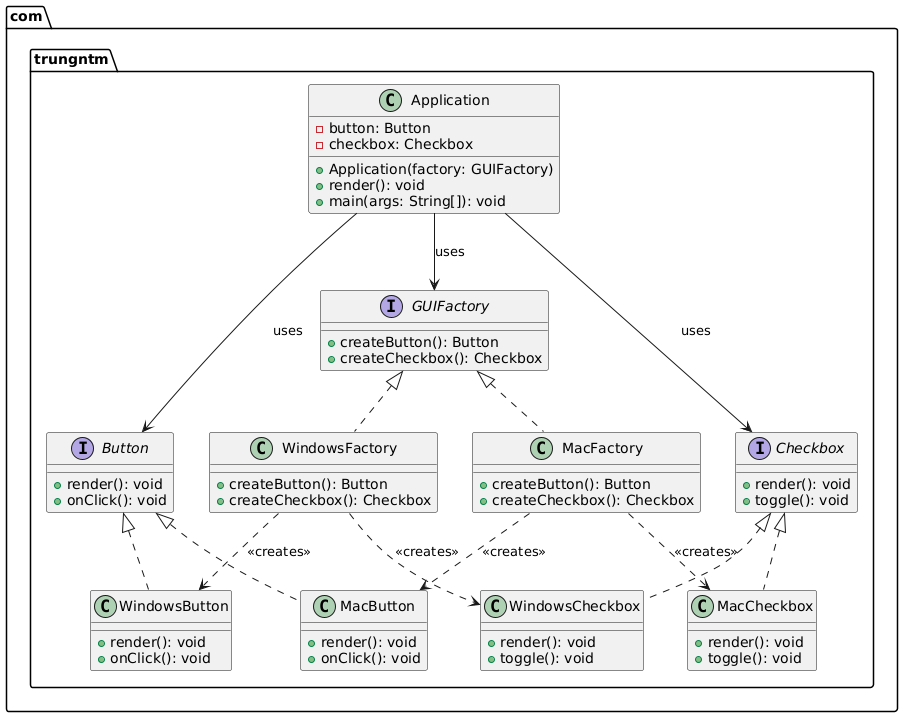
The PlantUML diagram abstract-factory/src/main/resources/abstract-factory.png in trungntm/design-patterns-in-java, before a commit. Its diagram source:
```plantuml
@startuml
package com.trungntm {

    interface GUIFactory {
        +createButton(): Button
        +createCheckbox(): Checkbox
    }

    interface Button {
        +render(): void
        +onClick(): void
    }

    interface Checkbox {
        +render(): void
        +toggle(): void
    }

    class WindowsFactory {
        +createButton(): Button
        +createCheckbox(): Checkbox
    }

    class MacFactory {
        +createButton(): Button
        +createCheckbox(): Checkbox
    }

    class WindowsButton {
        +render(): void
        +onClick(): void
    }

    class WindowsCheckbox {
        +render(): void
        +toggle(): void
    }

    class MacButton {
        +render(): void
        +onClick(): void
    }

    class MacCheckbox {
        +render(): void
        +toggle(): void
    }

    class Application {
        -button: Button
        -checkbox: Checkbox
        +Application(factory: GUIFactory)
        +render(): void
        +main(args: String[]): void
    }

    GUIFactory <|.. WindowsFactory
    GUIFactory <|.. MacFactory
    Button <|.. WindowsButton
    Button <|.. MacButton
    Checkbox <|.. WindowsCheckbox
    Checkbox <|.. MacCheckbox

    WindowsFactory ..> WindowsButton : <<creates>>
    WindowsFactory ..> WindowsCheckbox : <<creates>>
    MacFactory ..> MacButton : <<creates>>
    MacFactory ..> MacCheckbox : <<creates>>

    Application --> GUIFactory : uses
    Application --> Button : uses
    Application --> Checkbox : uses

}
@enduml
```
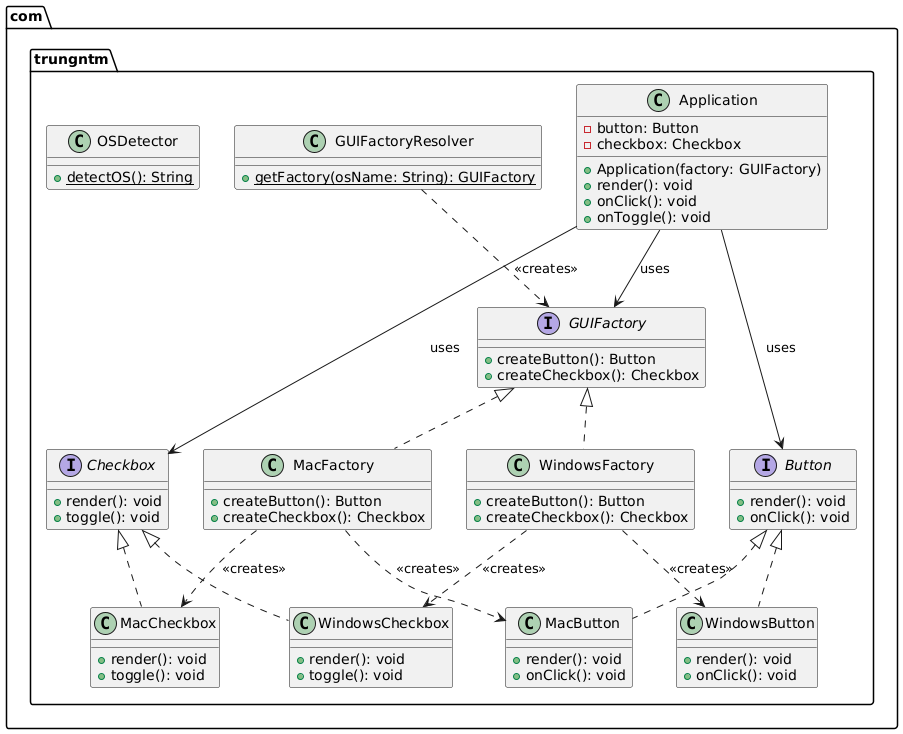
The same file after the commit.

Commit message:
feat: update abstract factory pattern code and docs

The edit, as a diff of the source:
```diff
@@ -51,7 +51,16 @@
         -checkbox: Checkbox
         +Application(factory: GUIFactory)
         +render(): void
-        +main(args: String[]): void
+        +onClick(): void
+        +onToggle(): void
+    }
+
+    class GUIFactoryResolver {
+        +{static} getFactory(osName: String): GUIFactory
+    }
+
+    class OSDetector {
+        +{static} detectOS(): String
     }
 
     GUIFactory <|.. WindowsFactory
@@ -69,6 +78,7 @@
     Application --> GUIFactory : uses
     Application --> Button : uses
     Application --> Checkbox : uses
+    GUIFactoryResolver ..> GUIFactory : <<creates>>
 
 }
 @enduml
```
